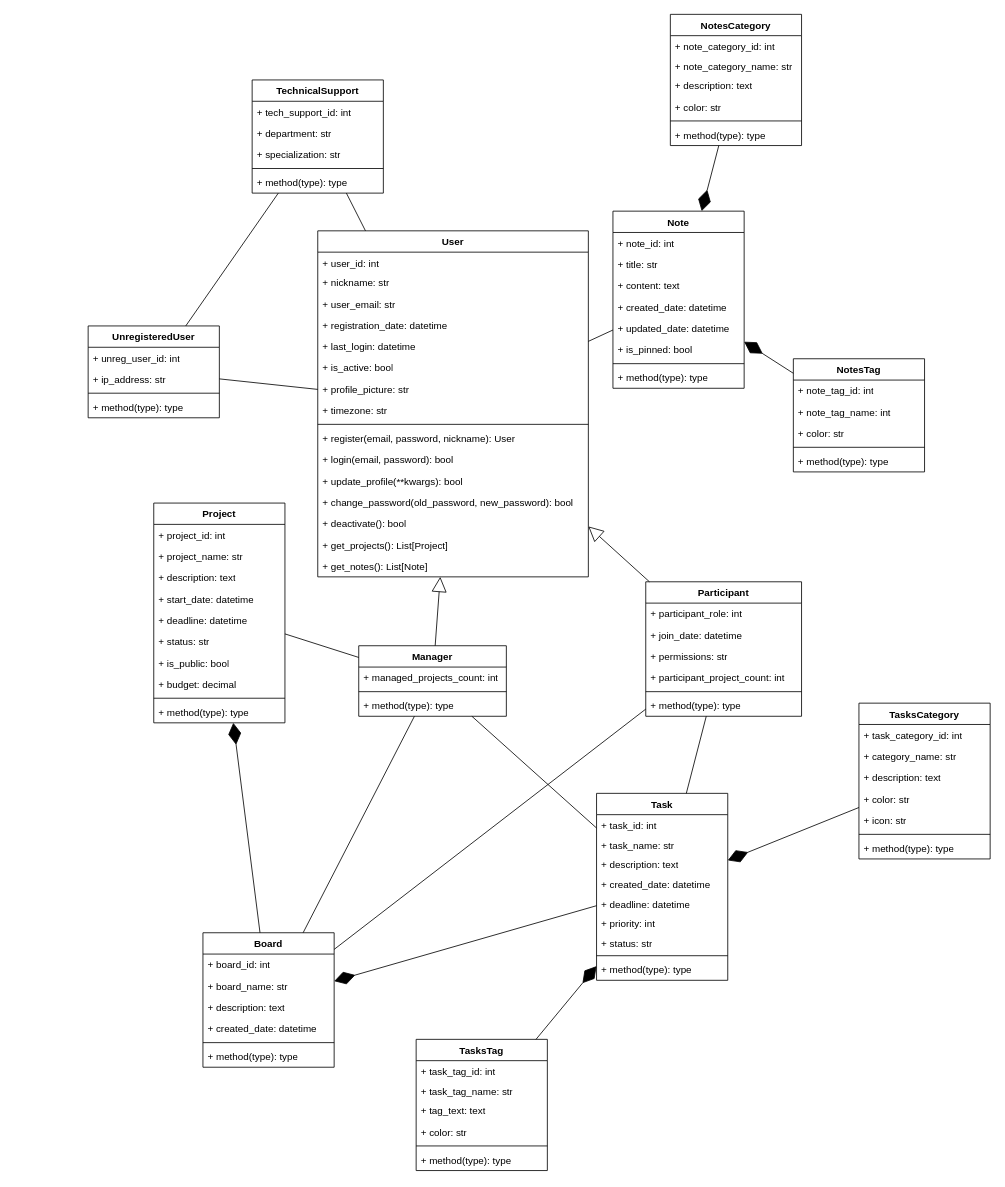
This is TRPO3.drawio.xml from diamko/Lab3, a draw.io file, before an edit. Source tidied: cells renumbered, new cells numbered last; positions are measured from the earlier drawing's top-left corner, leaving out a move shared by most shapes. Both pictures are drawn from the tidied source at 82%, with x=0, y=0 at pixel (88, 14).
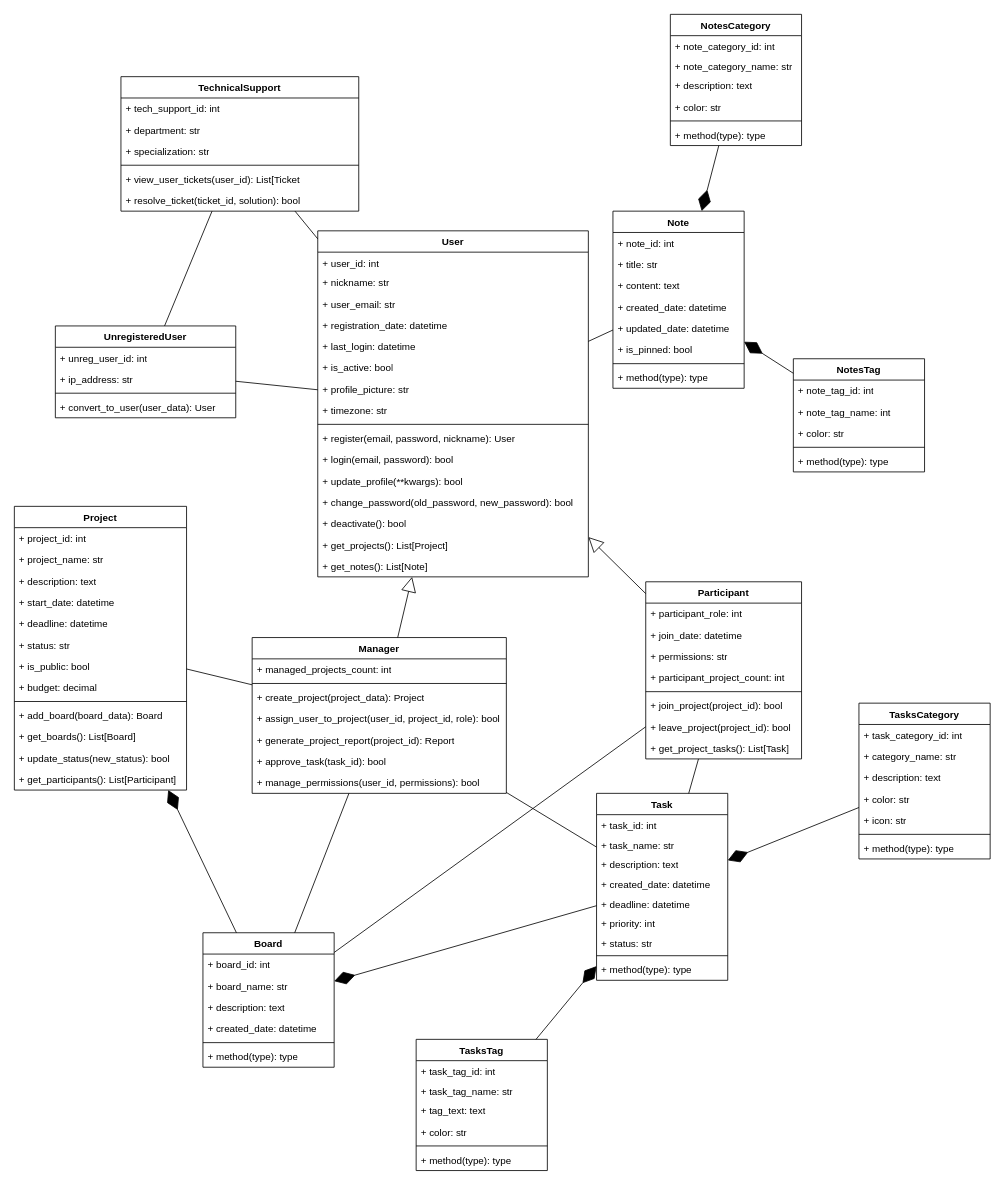
The same diagram, later.

The edit, as a diff of the source:
```diff
@@
     <mxCell id="2" value="Manager" style="swimlane;fontStyle=1;align=center;verticalAlign=top;horizontal=1;startSize=26;whiteSpace=wrap;html=1;" parent="1" vertex="1">
-      <mxGeometry x="330" y="770" width="180" height="86" as="geometry" />
+      <mxGeometry x="200" y="760" width="310" height="190" as="geometry" />
     </mxCell>
     <mxCell id="3" value="+ managed_projects_count: int" style="text;strokeColor=none;fillColor=none;align=left;verticalAlign=top;spacingLeft=4;spacingRight=4;overflow=hidden;whiteSpace=wrap;html=1;" parent="2" vertex="1">
-      <mxGeometry y="26" width="180" height="26" as="geometry" />
+      <mxGeometry y="26" width="310" height="26" as="geometry" />
     </mxCell>
     <mxCell id="4" style="line;strokeWidth=1;fillColor=none;align=left;verticalAlign=middle;spacingTop=-1;spacingLeft=3;spacingRight=3;labelPosition=right;strokeColor=inherit;" parent="2" vertex="1">
-      <mxGeometry y="52" width="180" height="8" as="geometry" />
+      <mxGeometry y="52" width="310" height="8" as="geometry" />
     </mxCell>
-    <mxCell id="5" value="+ method(type): type" style="text;strokeColor=none;fillColor=none;align=left;verticalAlign=top;spacingLeft=4;spacingRight=4;overflow=hidden;whiteSpace=wrap;html=1;" parent="2" vertex="1">
-      <mxGeometry y="60" width="180" height="26" as="geometry" />
+    <mxCell id="5" value="+ create_project(project_data): Project" style="text;strokeColor=none;fillColor=none;align=left;verticalAlign=top;spacingLeft=4;spacingRight=4;overflow=hidden;whiteSpace=wrap;html=1;" parent="2" vertex="1">
+      <mxGeometry y="60" width="310" height="26" as="geometry" />
     </mxCell>
+    <mxCell id="123" value="+ assign_user_to_project(user_id, project_id, role): bool" style="text;strokeColor=none;fillColor=none;align=left;verticalAlign=top;spacingLeft=4;spacingRight=4;overflow=hidden;whiteSpace=wrap;html=1;" parent="2" vertex="1">
+      <mxGeometry y="86" width="310" height="26" as="geometry" />
+    </mxCell>
+    <mxCell id="124" value="+ generate_project_report(project_id): Report" style="text;strokeColor=none;fillColor=none;align=left;verticalAlign=top;spacingLeft=4;spacingRight=4;overflow=hidden;whiteSpace=wrap;html=1;" parent="2" vertex="1">
+      <mxGeometry y="112" width="310" height="26" as="geometry" />
+    </mxCell>
+    <mxCell id="125" value="+ approve_task(task_id): bool" style="text;strokeColor=none;fillColor=none;align=left;verticalAlign=top;spacingLeft=4;spacingRight=4;overflow=hidden;whiteSpace=wrap;html=1;" parent="2" vertex="1">
+      <mxGeometry y="138" width="310" height="26" as="geometry" />
+    </mxCell>
+    <mxCell id="126" value="+ manage_permissions(user_id, permissions): bool" style="text;strokeColor=none;fillColor=none;align=left;verticalAlign=top;spacingLeft=4;spacingRight=4;overflow=hidden;whiteSpace=wrap;html=1;" parent="2" vertex="1">
+      <mxGeometry y="164" width="310" height="26" as="geometry" />
+    </mxCell>
@@
     <mxCell id="23" value="&lt;span style=&quot;white-space: pre-wrap;&quot; class=&quot;aNeGP0gI0B9AV8JaHPyH&quot;&gt;Participant&lt;/span&gt;" style="swimlane;fontStyle=1;align=center;verticalAlign=top;horizontal=1;startSize=26;whiteSpace=wrap;html=1;" parent="1" vertex="1">
-      <mxGeometry x="680" y="692" width="190" height="164" as="geometry" />
+      <mxGeometry x="680" y="692" width="190" height="216" as="geometry" />
     </mxCell>
@@
-    <mxCell id="29" value="+ method(type): type" style="text;strokeColor=none;fillColor=none;align=left;verticalAlign=top;spacingLeft=4;spacingRight=4;overflow=hidden;whiteSpace=wrap;html=1;" parent="23" vertex="1">
+    <mxCell id="29" value="+ join_project(project_id): bool" style="text;strokeColor=none;fillColor=none;align=left;verticalAlign=top;spacingLeft=4;spacingRight=4;overflow=hidden;whiteSpace=wrap;html=1;" parent="23" vertex="1">
       <mxGeometry y="138" width="190" height="26" as="geometry" />
     </mxCell>
+    <mxCell id="127" value="+ leave_project(project_id): bool" style="text;strokeColor=none;fillColor=none;align=left;verticalAlign=top;spacingLeft=4;spacingRight=4;overflow=hidden;whiteSpace=wrap;html=1;" parent="23" vertex="1">
+      <mxGeometry y="164" width="190" height="26" as="geometry" />
+    </mxCell>
+    <mxCell id="128" value="+ get_project_tasks(): List[Task]" style="text;strokeColor=none;fillColor=none;align=left;verticalAlign=top;spacingLeft=4;spacingRight=4;overflow=hidden;whiteSpace=wrap;html=1;" parent="23" vertex="1">
+      <mxGeometry y="190" width="190" height="26" as="geometry" />
+    </mxCell>
     <mxCell id="30" value="UnregisteredUser" style="swimlane;fontStyle=1;align=center;verticalAlign=top;horizontal=1;startSize=26;whiteSpace=wrap;html=1;" parent="1" vertex="1">
-      <mxGeometry y="380" width="160" height="112" as="geometry" />
+      <mxGeometry x="-40" y="380" width="220" height="112" as="geometry" />
     </mxCell>
     <mxCell id="31" value="+ unreg_user_id: int" style="text;strokeColor=none;fillColor=none;align=left;verticalAlign=top;spacingLeft=4;spacingRight=4;overflow=hidden;whiteSpace=wrap;html=1;" parent="30" vertex="1">
-      <mxGeometry y="26" width="160" height="26" as="geometry" />
+      <mxGeometry y="26" width="220" height="26" as="geometry" />
     </mxCell>
     <mxCell id="32" value="+&amp;nbsp;ip_address: str" style="text;strokeColor=none;fillColor=none;align=left;verticalAlign=top;spacingLeft=4;spacingRight=4;overflow=hidden;whiteSpace=wrap;html=1;" parent="30" vertex="1">
-      <mxGeometry y="52" width="160" height="26" as="geometry" />
+      <mxGeometry y="52" width="220" height="26" as="geometry" />
     </mxCell>
     <mxCell id="33" style="line;strokeWidth=1;fillColor=none;align=left;verticalAlign=middle;spacingTop=-1;spacingLeft=3;spacingRight=3;labelPosition=right;strokeColor=inherit;" parent="30" vertex="1">
-      <mxGeometry y="78" width="160" height="8" as="geometry" />
+      <mxGeometry y="78" width="220" height="8" as="geometry" />
     </mxCell>
-    <mxCell id="34" value="+ method(type): type" style="text;strokeColor=none;fillColor=none;align=left;verticalAlign=top;spacingLeft=4;spacingRight=4;overflow=hidden;whiteSpace=wrap;html=1;" parent="30" vertex="1">
-      <mxGeometry y="86" width="160" height="26" as="geometry" />
+    <mxCell id="34" value="+ convert_to_user(user_data): User" style="text;strokeColor=none;fillColor=none;align=left;verticalAlign=top;spacingLeft=4;spacingRight=4;overflow=hidden;whiteSpace=wrap;html=1;" parent="30" vertex="1">
+      <mxGeometry y="86" width="220" height="26" as="geometry" />
     </mxCell>
     <mxCell id="35" value="TechnicalSupport" style="swimlane;fontStyle=1;align=center;verticalAlign=top;horizontal=1;startSize=26;whiteSpace=wrap;html=1;" parent="1" vertex="1">
-      <mxGeometry x="200" y="80" width="160" height="138" as="geometry" />
+      <mxGeometry x="40" y="76" width="290" height="164" as="geometry" />
     </mxCell>
     <mxCell id="36" value="+ tech_support_id: int" style="text;strokeColor=none;fillColor=none;align=left;verticalAlign=top;spacingLeft=4;spacingRight=4;overflow=hidden;whiteSpace=wrap;html=1;" parent="35" vertex="1">
-      <mxGeometry y="26" width="160" height="26" as="geometry" />
+      <mxGeometry y="26" width="290" height="26" as="geometry" />
     </mxCell>
     <mxCell id="37" value="+&amp;nbsp;department: str" style="text;strokeColor=none;fillColor=none;align=left;verticalAlign=top;spacingLeft=4;spacingRight=4;overflow=hidden;whiteSpace=wrap;html=1;" parent="35" vertex="1">
-      <mxGeometry y="52" width="160" height="26" as="geometry" />
+      <mxGeometry y="52" width="290" height="26" as="geometry" />
     </mxCell>
     <mxCell id="38" value="+&amp;nbsp;specialization: str" style="text;strokeColor=none;fillColor=none;align=left;verticalAlign=top;spacingLeft=4;spacingRight=4;overflow=hidden;whiteSpace=wrap;html=1;" parent="35" vertex="1">
-      <mxGeometry y="78" width="160" height="26" as="geometry" />
+      <mxGeometry y="78" width="290" height="26" as="geometry" />
     </mxCell>
     <mxCell id="39" style="line;strokeWidth=1;fillColor=none;align=left;verticalAlign=middle;spacingTop=-1;spacingLeft=3;spacingRight=3;labelPosition=right;strokeColor=inherit;" parent="35" vertex="1">
-      <mxGeometry y="104" width="160" height="8" as="geometry" />
+      <mxGeometry y="104" width="290" height="8" as="geometry" />
     </mxCell>
+    <mxCell id="129" value="+ view_user_tickets(user_id): List[Ticket" style="text;strokeColor=none;fillColor=none;align=left;verticalAlign=top;spacingLeft=4;spacingRight=4;overflow=hidden;whiteSpace=wrap;html=1;" parent="35" vertex="1">
+      <mxGeometry y="112" width="290" height="26" as="geometry" />
+    </mxCell>
-    <mxCell id="40" value="+ method(type): type" style="text;strokeColor=none;fillColor=none;align=left;verticalAlign=top;spacingLeft=4;spacingRight=4;overflow=hidden;whiteSpace=wrap;html=1;" parent="35" vertex="1">
-      <mxGeometry y="112" width="160" height="26" as="geometry" />
+    <mxCell id="40" value="&lt;div&gt;&lt;span style=&quot;background-color: transparent; color: light-dark(rgb(0, 0, 0), rgb(255, 255, 255));&quot;&gt;+ resolve_ticket(ticket_id, solution): bool&lt;/span&gt;&lt;/div&gt;" style="text;strokeColor=none;fillColor=none;align=left;verticalAlign=top;spacingLeft=4;spacingRight=4;overflow=hidden;whiteSpace=wrap;html=1;" parent="35" vertex="1">
+      <mxGeometry y="138" width="290" height="26" as="geometry" />
     </mxCell>
     <mxCell id="41" value="Project" style="swimlane;fontStyle=1;align=center;verticalAlign=top;horizontal=1;startSize=26;whiteSpace=wrap;html=1;" parent="1" vertex="1">
-      <mxGeometry x="80" y="596" width="160" height="268" as="geometry" />
+      <mxGeometry x="-90" y="600" width="210" height="346" as="geometry" />
     </mxCell>
     <mxCell id="42" value="+ project_id: int" style="text;strokeColor=none;fillColor=none;align=left;verticalAlign=top;spacingLeft=4;spacingRight=4;overflow=hidden;whiteSpace=wrap;html=1;" parent="41" vertex="1">
-      <mxGeometry y="26" width="160" height="26" as="geometry" />
+      <mxGeometry y="26" width="210" height="26" as="geometry" />
     </mxCell>
     <mxCell id="43" value="+&amp;nbsp;project_name: str" style="text;strokeColor=none;fillColor=none;align=left;verticalAlign=top;spacingLeft=4;spacingRight=4;overflow=hidden;whiteSpace=wrap;html=1;" parent="41" vertex="1">
-      <mxGeometry y="52" width="160" height="26" as="geometry" />
+      <mxGeometry y="52" width="210" height="26" as="geometry" />
     </mxCell>
     <mxCell id="44" value="+&amp;nbsp;description: text" style="text;strokeColor=none;fillColor=none;align=left;verticalAlign=top;spacingLeft=4;spacingRight=4;overflow=hidden;whiteSpace=wrap;html=1;" parent="41" vertex="1">
-      <mxGeometry y="78" width="160" height="26" as="geometry" />
+      <mxGeometry y="78" width="210" height="26" as="geometry" />
     </mxCell>
     <mxCell id="45" value="+&amp;nbsp;start_date: datetime" style="text;strokeColor=none;fillColor=none;align=left;verticalAlign=top;spacingLeft=4;spacingRight=4;overflow=hidden;whiteSpace=wrap;html=1;" parent="41" vertex="1">
-      <mxGeometry y="104" width="160" height="26" as="geometry" />
+      <mxGeometry y="104" width="210" height="26" as="geometry" />
     </mxCell>
     <mxCell id="46" value="+&amp;nbsp;deadline: datetime" style="text;strokeColor=none;fillColor=none;align=left;verticalAlign=top;spacingLeft=4;spacingRight=4;overflow=hidden;whiteSpace=wrap;html=1;" parent="41" vertex="1">
-      <mxGeometry y="130" width="160" height="26" as="geometry" />
+      <mxGeometry y="130" width="210" height="26" as="geometry" />
     </mxCell>
     <mxCell id="47" value="+&amp;nbsp;status: str" style="text;strokeColor=none;fillColor=none;align=left;verticalAlign=top;spacingLeft=4;spacingRight=4;overflow=hidden;whiteSpace=wrap;html=1;" parent="41" vertex="1">
-      <mxGeometry y="156" width="160" height="26" as="geometry" />
+      <mxGeometry y="156" width="210" height="26" as="geometry" />
     </mxCell>
     <mxCell id="48" value="+&amp;nbsp;is_public: bool" style="text;strokeColor=none;fillColor=none;align=left;verticalAlign=top;spacingLeft=4;spacingRight=4;overflow=hidden;whiteSpace=wrap;html=1;" parent="41" vertex="1">
-      <mxGeometry y="182" width="160" height="26" as="geometry" />
+      <mxGeometry y="182" width="210" height="26" as="geometry" />
     </mxCell>
     <mxCell id="49" value="+&amp;nbsp;budget: decimal" style="text;strokeColor=none;fillColor=none;align=left;verticalAlign=top;spacingLeft=4;spacingRight=4;overflow=hidden;whiteSpace=wrap;html=1;" parent="41" vertex="1">
-      <mxGeometry y="208" width="160" height="26" as="geometry" />
+      <mxGeometry y="208" width="210" height="26" as="geometry" />
     </mxCell>
     <mxCell id="50" style="line;strokeWidth=1;fillColor=none;align=left;verticalAlign=middle;spacingTop=-1;spacingLeft=3;spacingRight=3;labelPosition=right;strokeColor=inherit;" parent="41" vertex="1">
-      <mxGeometry y="234" width="160" height="8" as="geometry" />
+      <mxGeometry y="234" width="210" height="8" as="geometry" />
     </mxCell>
-    <mxCell id="51" value="+ method(type): type" style="text;strokeColor=none;fillColor=none;align=left;verticalAlign=top;spacingLeft=4;spacingRight=4;overflow=hidden;whiteSpace=wrap;html=1;" parent="41" vertex="1">
-      <mxGeometry y="242" width="160" height="26" as="geometry" />
+    <mxCell id="51" value="+ add_board(board_data): Board" style="text;strokeColor=none;fillColor=none;align=left;verticalAlign=top;spacingLeft=4;spacingRight=4;overflow=hidden;whiteSpace=wrap;html=1;" parent="41" vertex="1">
+      <mxGeometry y="242" width="210" height="26" as="geometry" />
     </mxCell>
+    <mxCell id="130" value="+ get_boards(): List[Board]" style="text;strokeColor=none;fillColor=none;align=left;verticalAlign=top;spacingLeft=4;spacingRight=4;overflow=hidden;whiteSpace=wrap;html=1;" parent="41" vertex="1">
+      <mxGeometry y="268" width="210" height="26" as="geometry" />
+    </mxCell>
+    <mxCell id="131" value="+ update_status(new_status): bool" style="text;strokeColor=none;fillColor=none;align=left;verticalAlign=top;spacingLeft=4;spacingRight=4;overflow=hidden;whiteSpace=wrap;html=1;" parent="41" vertex="1">
+      <mxGeometry y="294" width="210" height="26" as="geometry" />
+    </mxCell>
+    <mxCell id="132" value="+ get_participants(): List[Participant]" style="text;strokeColor=none;fillColor=none;align=left;verticalAlign=top;spacingLeft=4;spacingRight=4;overflow=hidden;whiteSpace=wrap;html=1;" parent="41" vertex="1">
+      <mxGeometry y="320" width="210" height="26" as="geometry" />
+    </mxCell>
```
